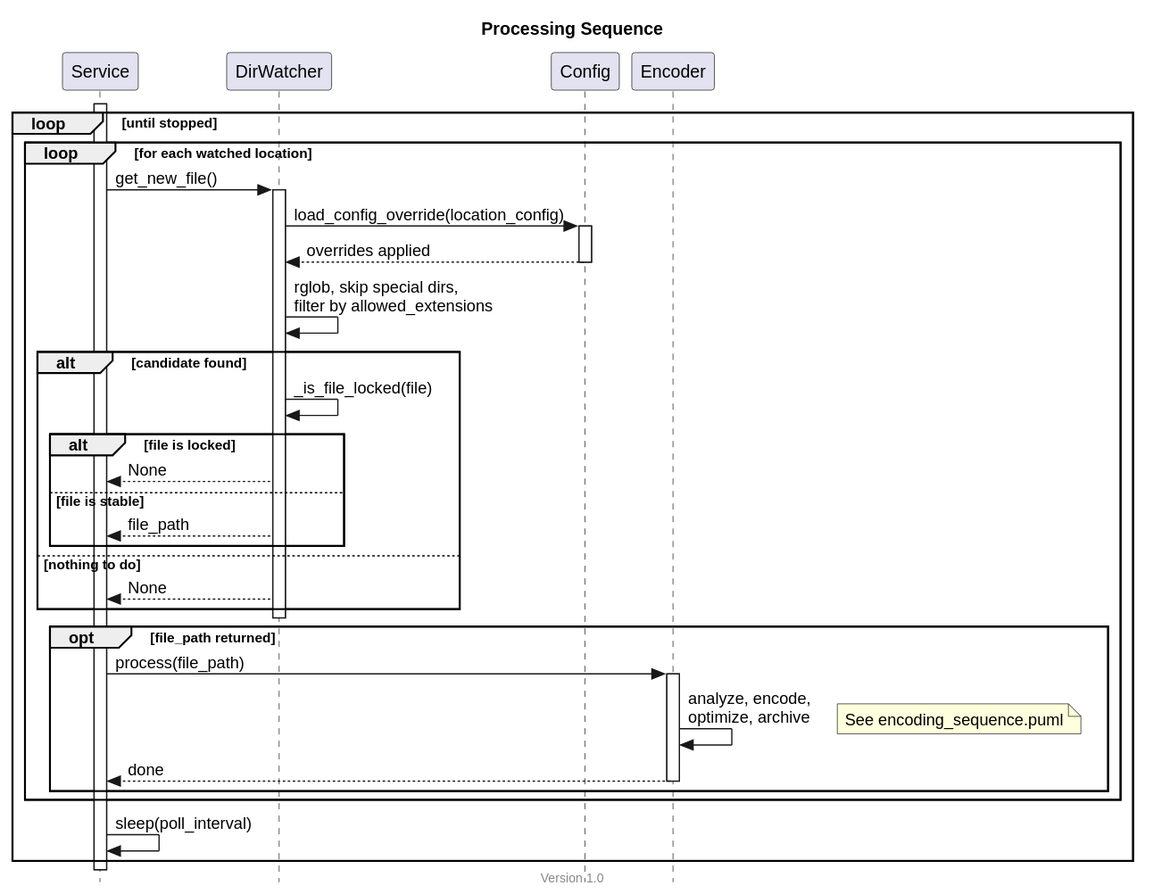
This is docs/processing_sequence.svg from theobaldik/baycone, a PlantUML export, as it was before one commit. Its source is kept beside it as docs/processing_sequence.puml.
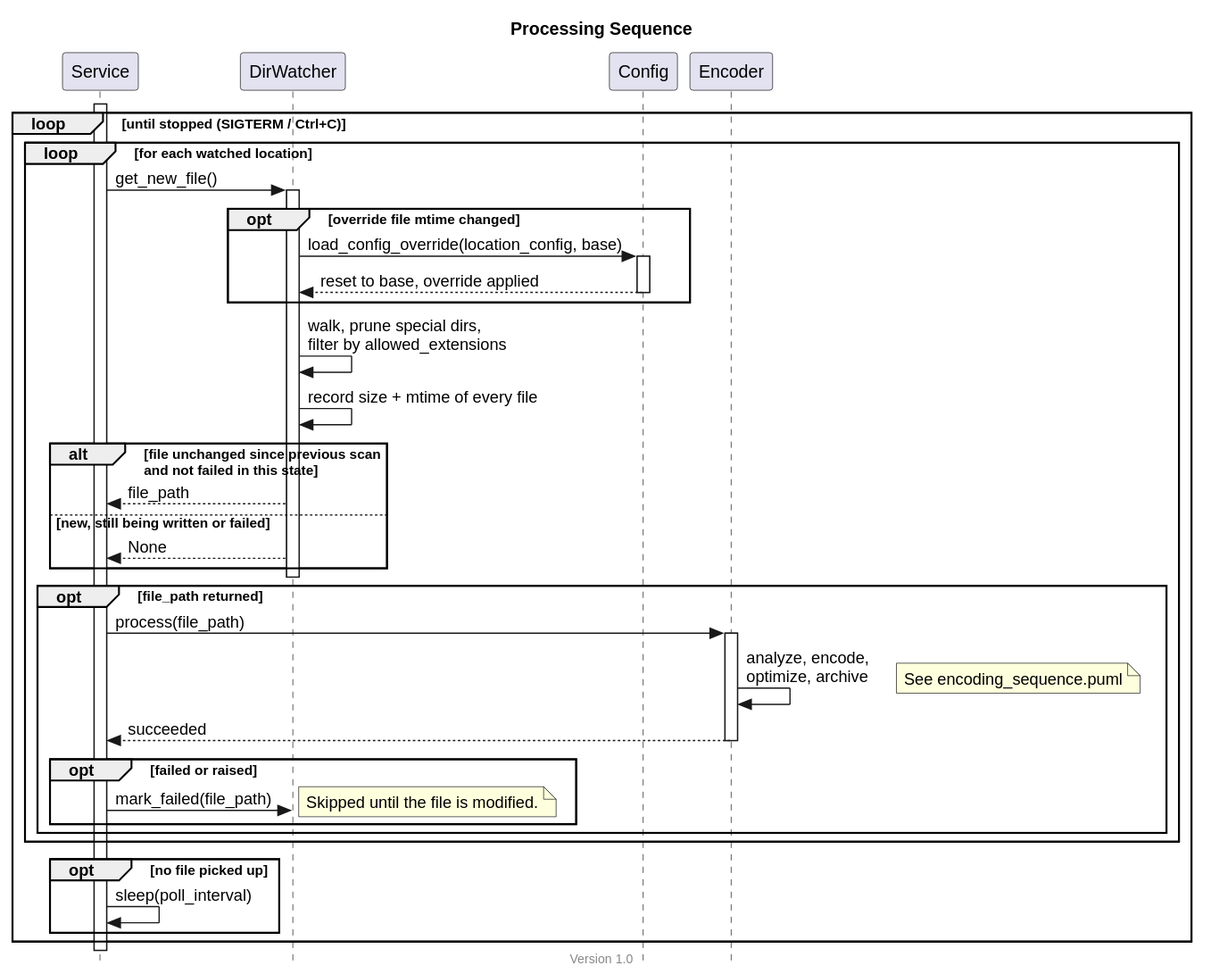
Later version of the same file.

The edit, as a diff of the source:
```diff
@@ -12,26 +12,24 @@
 
 activate service
 
-loop until stopped
+loop until stopped (SIGTERM / Ctrl+C)
     loop for each watched location
         service -> watcher : get_new_file()
         activate watcher
 
-        watcher -> config : load_config_override(location_config)
-        activate config
-        config --> watcher : overrides applied
-        deactivate config
+        opt override file mtime changed
+            watcher -> config : load_config_override(location_config, base)
+            activate config
+            config --> watcher : reset to base, override applied
+            deactivate config
+        end
 
-        watcher -> watcher : rglob, skip special dirs,\nfilter by allowed_extensions
+        watcher -> watcher : walk, prune special dirs,\nfilter by allowed_extensions
+        watcher -> watcher : record size + mtime of every file
 
-        alt candidate found
-            watcher -> watcher : _is_file_locked(file)
-            alt file is locked
-                watcher --> service : None
-            else file is stable
-                watcher --> service : file_path
-            end
-        else nothing to do
+        alt file unchanged since previous scan\nand not failed in this state
+            watcher --> service : file_path
+        else new, still being written or failed
             watcher --> service : None
         end
         deactivate watcher
@@ -41,12 +39,19 @@
             activate encoder
             encoder -> encoder : analyze, encode,\noptimize, archive
             note right: See encoding_sequence.puml
-            encoder --> service : done
+            encoder --> service : succeeded
             deactivate encoder
+
+            opt failed or raised
+                service -> watcher : mark_failed(file_path)
+                note right: Skipped until the file is modified.
+            end
         end
     end
 
-    service -> service : sleep(poll_interval)
+    opt no file picked up
+        service -> service : sleep(poll_interval)
+    end
 end
 
 deactivate service
```
